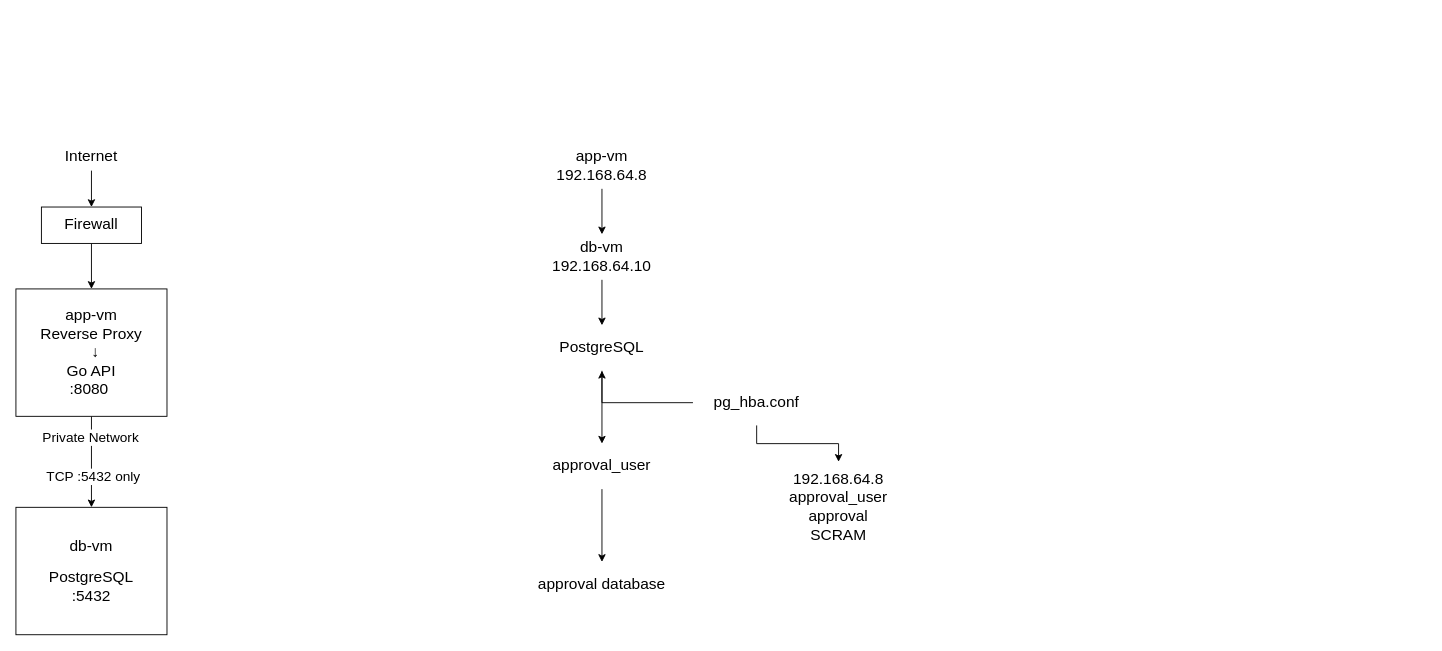
BewSorawit/multi-tenant-workflow-approval keeps this draw.io diagram as Untitled Diagram.drawio. Above is the earlier version. Source tidied: cells renumbered, new cells numbered last; positions are measured from the earlier drawing's top-left corner, leaving out a move shared by most shapes. Both pictures are drawn from the tidied source at 91%, with x=0, y=0 at pixel (15, 143).
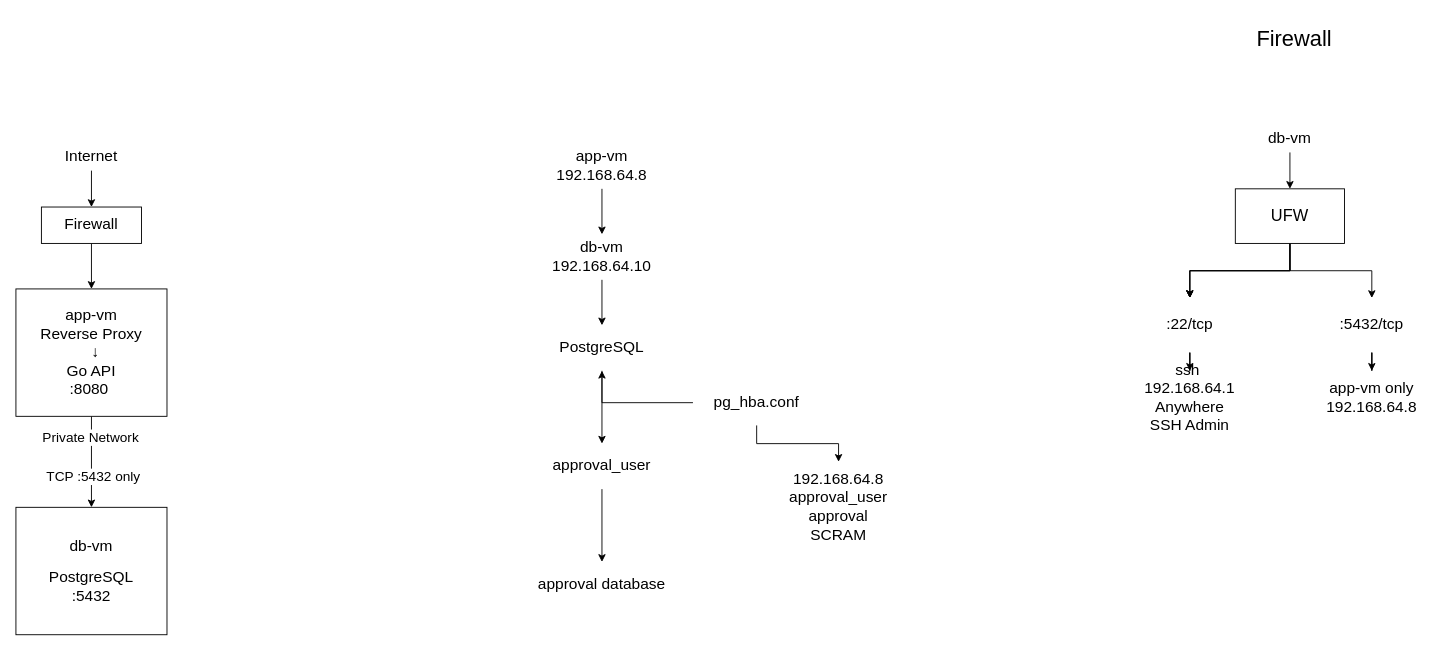
The same page after the edit.

Diff of the diagram source:
```diff
@@
+    <mxCell id="24" value="&lt;font style=&quot;font-size: 24px;&quot;&gt;Firewall&lt;/font&gt;" style="text;html=1;whiteSpace=wrap;strokeColor=none;fillColor=none;align=center;verticalAlign=middle;rounded=0;" parent="1" vertex="1">
+      <mxGeometry x="1350" y="-140" width="110" height="50" as="geometry" />
+    </mxCell>
+    <mxCell id="25" style="edgeStyle=orthogonalEdgeStyle;rounded=0;jettySize=auto;html=1;" parent="1" edge="1" source="26" target="31">
+      <mxGeometry relative="1" as="geometry" />
+    </mxCell>
+    <mxCell id="26" value="&lt;font style=&quot;font-size: 17px;&quot;&gt;db-vm&lt;/font&gt;" style="text;html=1;whiteSpace=wrap;strokeColor=none;fillColor=none;align=center;verticalAlign=middle;rounded=0;" parent="1" vertex="1">
+      <mxGeometry x="1370" y="-20" width="60" height="30" as="geometry" />
+    </mxCell>
+    <mxCell id="27" style="edgeStyle=orthogonalEdgeStyle;rounded=0;jettySize=auto;html=1;" parent="1" edge="1" source="31" target="33">
+      <mxGeometry relative="1" as="geometry" />
+    </mxCell>
+    <mxCell id="28" style="edgeStyle=orthogonalEdgeStyle;rounded=0;jettySize=auto;html=1;" parent="1" edge="1" source="31" target="33">
+      <mxGeometry relative="1" as="geometry" />
+    </mxCell>
+    <mxCell id="29" style="edgeStyle=orthogonalEdgeStyle;rounded=0;jettySize=auto;html=1;" parent="1" edge="1" source="31" target="33">
+      <mxGeometry relative="1" as="geometry" />
+    </mxCell>
+    <mxCell id="30" style="edgeStyle=orthogonalEdgeStyle;rounded=0;jettySize=auto;html=1;" parent="1" edge="1" source="31" target="35">
+      <mxGeometry relative="1" as="geometry" />
+    </mxCell>
+    <mxCell id="31" value="&lt;font style=&quot;font-size: 18px;&quot;&gt;UFW&lt;/font&gt;" style="whiteSpace=wrap;html=1;" parent="1" vertex="1">
+      <mxGeometry x="1340" y="50" width="120" height="60" as="geometry" />
+    </mxCell>
+    <mxCell id="32" style="edgeStyle=orthogonalEdgeStyle;rounded=0;jettySize=auto;html=1;" parent="1" edge="1" source="33" target="36">
+      <mxGeometry relative="1" as="geometry" />
+    </mxCell>
+    <mxCell id="33" value="&lt;font style=&quot;font-size: 17px;&quot;&gt;:22/tcp&lt;/font&gt;" style="whiteSpace=wrap;html=1;strokeColor=none;fillColor=none;" parent="1" vertex="1">
+      <mxGeometry x="1230" y="170" width="120" height="60" as="geometry" />
+    </mxCell>
+    <mxCell id="34" style="edgeStyle=orthogonalEdgeStyle;rounded=0;jettySize=auto;html=1;" parent="1" edge="1" source="35" target="37">
+      <mxGeometry relative="1" as="geometry" />
+    </mxCell>
+    <mxCell id="35" value="&lt;font style=&quot;font-size: 17px;&quot;&gt;:5432/tcp&lt;/font&gt;" style="whiteSpace=wrap;html=1;fillColor=none;strokeColor=none;" parent="1" vertex="1">
+      <mxGeometry x="1430" y="170" width="120" height="60" as="geometry" />
+    </mxCell>
+    <mxCell id="36" value="&lt;font style=&quot;font-size: 17px;&quot;&gt;ssh&amp;nbsp; 192.168.64.1&lt;/font&gt;&lt;div&gt;&lt;font style=&quot;font-size: 17px;&quot;&gt;Anywhere&lt;/font&gt;&lt;/div&gt;&lt;div&gt;&lt;font style=&quot;&quot;&gt;&lt;span style=&quot;font-size: 17px;&quot;&gt;SSH Admin&lt;/span&gt;&lt;/font&gt;&lt;/div&gt;" style="whiteSpace=wrap;html=1;strokeColor=none;fillColor=none;" parent="1" vertex="1">
+      <mxGeometry x="1230" y="250" width="120" height="60" as="geometry" />
+    </mxCell>
+    <mxCell id="37" value="&lt;span style=&quot;font-size: 17px;&quot;&gt;app-vm only&lt;/span&gt;&lt;div&gt;&lt;span style=&quot;font-size: 17px;&quot;&gt;192.168.64.8&lt;/span&gt;&lt;/div&gt;" style="whiteSpace=wrap;html=1;fillColor=none;strokeColor=none;" parent="1" vertex="1">
+      <mxGeometry x="1430" y="250" width="120" height="60" as="geometry" />
+    </mxCell>
```
